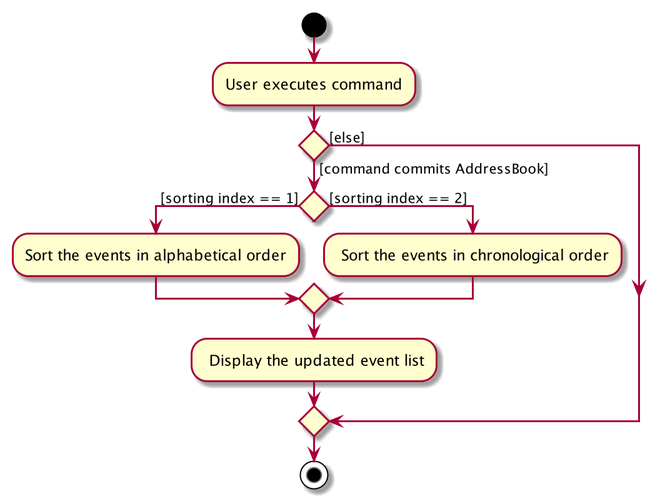
Earlier version of the PlantUML export docs/images/SortEventActivityDiagram.png (solkim-83/tp). The source it was exported from:
```plantuml
@startuml
start
:User executes command;


if () then ([command commits AddressBook])
if () then ([sorting index == 1])
    :Sort the events in alphabetical order;
else ([sorting index == 2])
    : Sort the events in chronological order;
endif
    : Display the updated event list;
else ([else])
endif
stop
@enduml
```
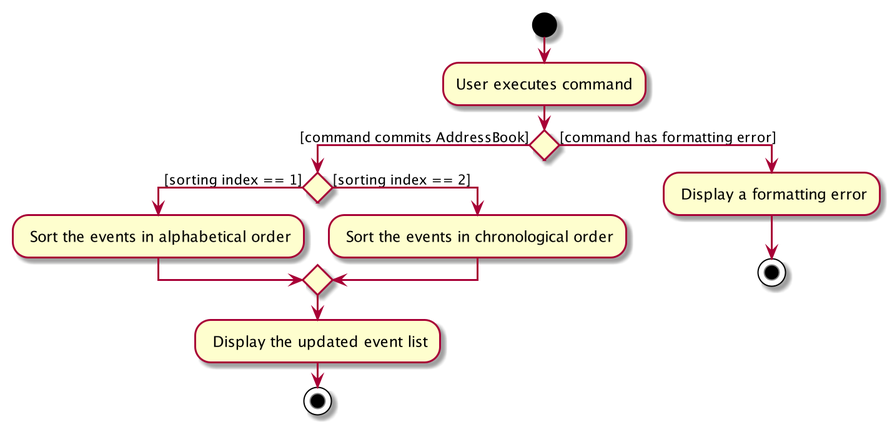
Above is the later version.

Commit message:
Update .png images for activity diagram and sequence diagram.

Change to the diagram source:
```diff
@@ -5,12 +5,13 @@
 
 if () then ([command commits AddressBook])
 if () then ([sorting index == 1])
-    :Sort the events in alphabetical order;
+    : Sort the events in alphabetical order;
 else ([sorting index == 2])
     : Sort the events in chronological order;
 endif
     : Display the updated event list;
-else ([else])
-endif
+    stop
+else ([command has formatting error])
+    : Display a formatting error;
 stop
 @enduml
```
